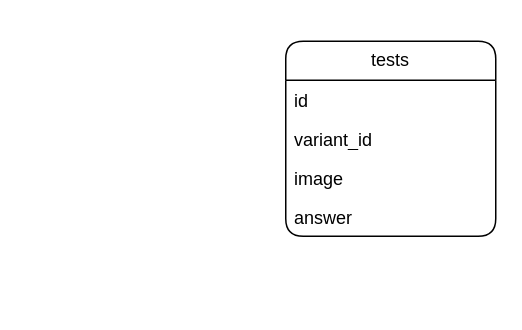
Before: Диаграмма без названия.drawio in MardonAslonov/DrawIo, a draw.io diagram. Source tidied: cells renumbered, new cells numbered last; positions are measured from the earlier drawing's top-left corner, leaving out a move shared by most shapes. Both pictures are drawn from the tidied source at 150%, with x=0, y=0 at pixel (285, 40).
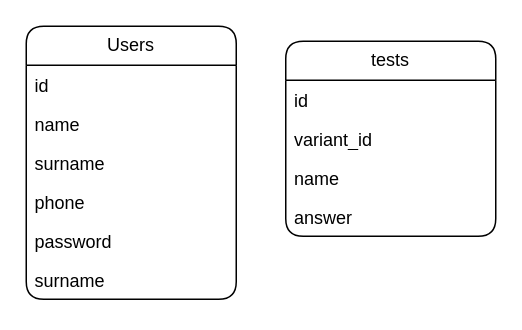
The same diagram, later.

Change to the diagram source:
```diff
@@
 <mxGraphModel>
   <root>
     <mxCell id="0" />
     <mxCell id="1" parent="0" />
     <mxCell id="2" value="tests" style="swimlane;fontStyle=0;horizontal=1;startSize=26;fillColor=none;whiteSpace=wrap;html=1;rounded=1;" parent="1" vertex="1">
       <mxGeometry width="140" height="130" as="geometry" />
     </mxCell>
     <mxCell id="3" value="id" style="text;strokeColor=none;fillColor=none;align=left;verticalAlign=top;spacingLeft=4;spacingRight=4;overflow=hidden;whiteSpace=wrap;html=1;" parent="2" vertex="1">
       <mxGeometry y="26" width="140" height="26" as="geometry" />
     </mxCell>
     <mxCell id="4" value="variant_id" style="text;strokeColor=none;fillColor=none;align=left;verticalAlign=top;spacingLeft=4;spacingRight=4;overflow=hidden;whiteSpace=wrap;html=1;" parent="2" vertex="1">
       <mxGeometry y="52" width="140" height="26" as="geometry" />
     </mxCell>
-    <mxCell id="5" value="image" style="text;strokeColor=none;fillColor=none;align=left;verticalAlign=top;spacingLeft=4;spacingRight=4;overflow=hidden;whiteSpace=wrap;html=1;" parent="2" vertex="1">
+    <mxCell id="5" value="name" style="text;strokeColor=none;fillColor=none;align=left;verticalAlign=top;spacingLeft=4;spacingRight=4;overflow=hidden;whiteSpace=wrap;html=1;" parent="2" vertex="1">
       <mxGeometry y="78" width="140" height="26" as="geometry" />
     </mxCell>
     <mxCell id="6" value="answer" style="text;strokeColor=none;fillColor=none;align=left;verticalAlign=top;spacingLeft=4;spacingRight=4;overflow=hidden;whiteSpace=wrap;html=1;" parent="2" vertex="1">
       <mxGeometry y="104" width="140" height="26" as="geometry" />
     </mxCell>
+    <mxCell id="7" value="Users" style="swimlane;fontStyle=0;horizontal=1;startSize=26;fillColor=none;whiteSpace=wrap;html=1;rounded=1;" parent="1" vertex="1">
+      <mxGeometry x="-173" y="-10" width="140" height="182" as="geometry" />
+    </mxCell>
+    <mxCell id="8" value="id" style="text;strokeColor=none;fillColor=none;align=left;verticalAlign=top;spacingLeft=4;spacingRight=4;overflow=hidden;whiteSpace=wrap;html=1;" parent="7" vertex="1">
+      <mxGeometry y="26" width="140" height="26" as="geometry" />
+    </mxCell>
+    <mxCell id="9" value="name" style="text;strokeColor=none;fillColor=none;align=left;verticalAlign=top;spacingLeft=4;spacingRight=4;overflow=hidden;whiteSpace=wrap;html=1;" parent="7" vertex="1">
+      <mxGeometry y="52" width="140" height="26" as="geometry" />
+    </mxCell>
+    <mxCell id="10" value="surname&lt;br&gt;" style="text;strokeColor=none;fillColor=none;align=left;verticalAlign=top;spacingLeft=4;spacingRight=4;overflow=hidden;whiteSpace=wrap;html=1;" parent="7" vertex="1">
+      <mxGeometry y="78" width="140" height="26" as="geometry" />
+    </mxCell>
+    <mxCell id="11" value="phone" style="text;strokeColor=none;fillColor=none;align=left;verticalAlign=top;spacingLeft=4;spacingRight=4;overflow=hidden;whiteSpace=wrap;html=1;" parent="7" vertex="1">
+      <mxGeometry y="104" width="140" height="26" as="geometry" />
+    </mxCell>
+    <mxCell id="12" value="password" style="text;strokeColor=none;fillColor=none;align=left;verticalAlign=top;spacingLeft=4;spacingRight=4;overflow=hidden;whiteSpace=wrap;html=1;" parent="7" vertex="1">
+      <mxGeometry y="130" width="140" height="26" as="geometry" />
+    </mxCell>
+    <mxCell id="13" value="surname&lt;br&gt;" style="text;strokeColor=none;fillColor=none;align=left;verticalAlign=top;spacingLeft=4;spacingRight=4;overflow=hidden;whiteSpace=wrap;html=1;" parent="7" vertex="1">
+      <mxGeometry y="156" width="140" height="26" as="geometry" />
+    </mxCell>
   </root>
 </mxGraphModel>
```
